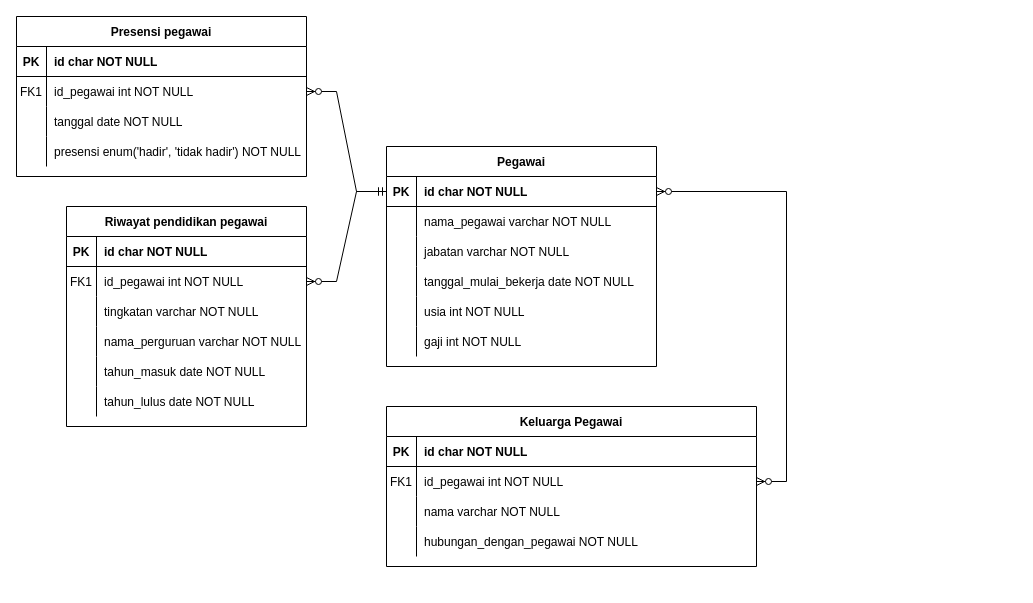
amar-ti2021/tugas_basis_data keeps this draw.io diagram as quiz1_erd.drawio. Above is the earlier version. Source tidied: cells renumbered, new cells numbered last; positions are measured from the earlier drawing's top-left corner, leaving out a move shared by most shapes. Both pictures are drawn from the tidied source at 100%, with x=0, y=0 at pixel (16, 16).
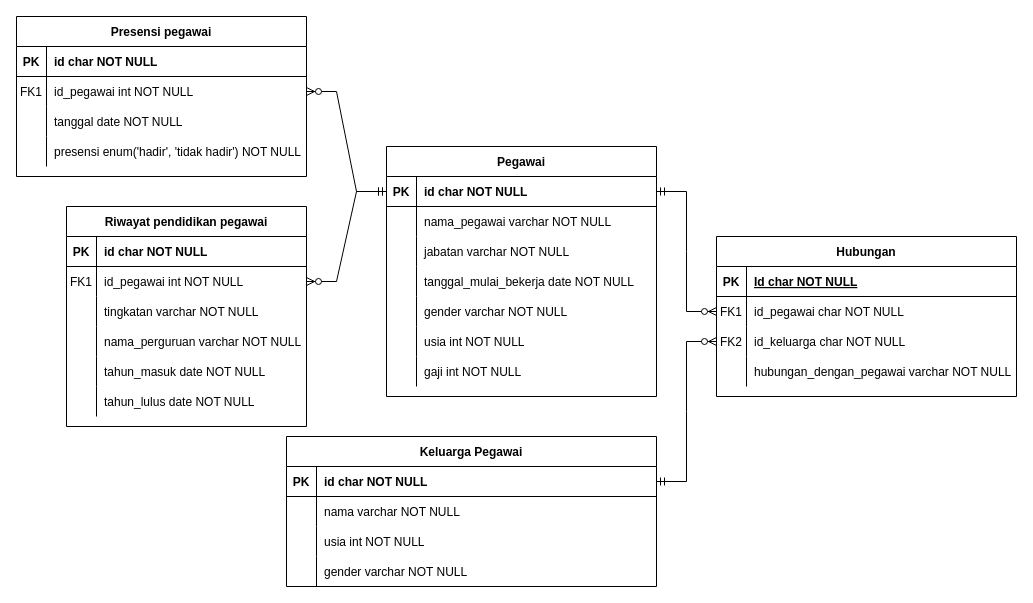
After the change.

The change refers to these unchanged cells:
```xml
<mxCell id="3" style="shape=partialRectangle;fillColor=none;points=[[0,0.5],[1,0.5]];portConstraint=eastwest;top=0;left=0;right=0;bottom=1;" parent="2" vertex="1">
  <mxGeometry y="30" width="270" height="30" as="geometry" />
</mxCell>
<mxCell id="35" style="shape=partialRectangle;fillColor=none;points=[[0,0.5],[1,0.5]];portConstraint=eastwest;top=0;left=0;right=0;bottom=1;" parent="34" vertex="1">
  <mxGeometry y="30" width="370" height="30" as="geometry" />
</mxCell>
<mxCell id="44" style="shape=partialRectangle;fillColor=none;top=0;left=0;right=0;bottom=0;" parent="34" vertex="1">
  <mxGeometry y="120" width="370" height="30" as="geometry" />
</mxCell>
```

Change to the diagram source:
```diff
@@
     <mxCell id="2" value="Pegawai" style="shape=table;startSize=30;childLayout=tableLayout;rowLines=0;fontStyle=1;align=center;" parent="1" vertex="1">
-      <mxGeometry x="370" y="130" width="270" height="220" as="geometry" />
+      <mxGeometry x="370" y="130" width="270" height="250" as="geometry" />
     </mxCell>
@@
+    <mxCell id="69" style="shape=partialRectangle;fillColor=none;top=0;left=0;right=0;bottom=0;" parent="2" vertex="1">
+      <mxGeometry y="150" width="270" height="30" as="geometry" />
+    </mxCell>
+    <mxCell id="70" style="shape=partialRectangle;overflow=hidden;fillColor=none;top=0;left=0;bottom=0;right=0;" parent="69" vertex="1">
+      <mxGeometry width="30" height="30" as="geometry" />
+    </mxCell>
+    <mxCell id="71" value="gender varchar NOT NULL" style="shape=partialRectangle;overflow=hidden;fillColor=none;top=0;left=0;bottom=0;right=0;align=left;spacingLeft=6;" parent="69" vertex="1">
+      <mxGeometry x="30" width="240" height="30" as="geometry" />
+    </mxCell>
     <mxCell id="15" style="shape=partialRectangle;fillColor=none;top=0;left=0;right=0;bottom=0;" parent="2" vertex="1">
-      <mxGeometry y="150" width="270" height="30" as="geometry" />
+      <mxGeometry y="180" width="270" height="30" as="geometry" />
     </mxCell>
@@
     <mxCell id="18" style="shape=partialRectangle;fillColor=none;top=0;left=0;right=0;bottom=0;" parent="2" vertex="1">
-      <mxGeometry y="180" width="270" height="30" as="geometry" />
+      <mxGeometry y="210" width="270" height="30" as="geometry" />
     </mxCell>
@@
     <mxCell id="34" value="Keluarga Pegawai" style="shape=table;startSize=30;childLayout=tableLayout;rowLines=0;fontStyle=1;align=center;" parent="1" vertex="1">
-      <mxGeometry x="370" y="390" width="370" height="160" as="geometry" />
+      <mxGeometry x="270" y="420" width="370" height="150" as="geometry" />
     </mxCell>
@@
-    <mxCell id="38" style="shape=partialRectangle;fillColor=none;points=[[0,0.5],[1,0.5]];portConstraint=eastwest;top=0;left=0;right=0;bottom=0;" parent="34" vertex="1">
-      <mxGeometry y="60" width="370" height="30" as="geometry" />
-    </mxCell>
-    <mxCell id="39" value="FK1" style="shape=partialRectangle;overflow=hidden;fillColor=none;top=0;left=0;bottom=0;right=0;" parent="38" vertex="1">
-      <mxGeometry width="30" height="30" as="geometry" />
-    </mxCell>
-    <mxCell id="40" value="id_pegawai int NOT NULL" style="shape=partialRectangle;overflow=hidden;fillColor=none;top=0;left=0;bottom=0;right=0;align=left;spacingLeft=6;" parent="38" vertex="1">
-      <mxGeometry x="30" width="340" height="30" as="geometry" />
-    </mxCell>
     <mxCell id="41" style="shape=partialRectangle;fillColor=none;top=0;left=0;right=0;bottom=0;" parent="34" vertex="1">
-      <mxGeometry y="90" width="370" height="30" as="geometry" />
+      <mxGeometry y="60" width="370" height="30" as="geometry" />
     </mxCell>
@@
+    <mxCell id="72" style="shape=partialRectangle;fillColor=none;top=0;left=0;right=0;bottom=0;" parent="34" vertex="1">
+      <mxGeometry y="90" width="370" height="30" as="geometry" />
+    </mxCell>
+    <mxCell id="73" style="shape=partialRectangle;overflow=hidden;fillColor=none;top=0;left=0;bottom=0;right=0;" parent="72" vertex="1">
+      <mxGeometry width="30" height="30" as="geometry" />
+    </mxCell>
+    <mxCell id="74" value="usia int NOT NULL" style="shape=partialRectangle;overflow=hidden;fillColor=none;top=0;left=0;bottom=0;right=0;align=left;spacingLeft=6;" parent="72" vertex="1">
+      <mxGeometry x="30" width="340" height="30" as="geometry" />
+    </mxCell>
@@
-    <mxCell id="45" style="shape=partialRectangle;overflow=hidden;fillColor=none;top=0;left=0;bottom=0;right=0;" parent="44" vertex="1">
-      <mxGeometry width="30" height="30" as="geometry" />
-    </mxCell>
-    <mxCell id="46" value="hubungan_dengan_pegawai NOT NULL" style="shape=partialRectangle;overflow=hidden;fillColor=none;top=0;left=0;bottom=0;right=0;align=left;spacingLeft=6;" parent="44" vertex="1">
-      <mxGeometry x="30" width="340" height="30" as="geometry" />
-    </mxCell>
-    <mxCell id="47" style="edgeStyle=entityRelationEdgeStyle;fontSize=12;html=1;endArrow=ERzeroToMany;endFill=1;startArrow=ERzeroToMany;rounded=0;entryX=1;entryY=0.5;entryDx=0;entryDy=0;" parent="1" edge="1" source="38" target="3">
-      <mxGeometry relative="1" as="geometry" />
-    </mxCell>
+    <mxCell id="75" style="shape=partialRectangle;overflow=hidden;fillColor=none;top=0;left=0;bottom=0;right=0;" parent="44" vertex="1">
+      <mxGeometry width="30" height="30" as="geometry" />
+    </mxCell>
+    <mxCell id="76" value="gender varchar NOT NULL" style="shape=partialRectangle;overflow=hidden;fillColor=none;top=0;left=0;bottom=0;right=0;align=left;spacingLeft=6;" parent="44" vertex="1">
+      <mxGeometry x="30" width="340" height="30" as="geometry" />
+    </mxCell>
@@
+    <mxCell id="77" value="Hubungan" style="shape=table;startSize=30;childLayout=tableLayout;rowLines=0;fontStyle=1;align=center;" parent="1" vertex="1">
+      <mxGeometry x="700" y="220" width="300" height="160" as="geometry" />
+    </mxCell>
+    <mxCell id="78" style="shape=tableRow;horizontal=0;startSize=0;swimlaneHead=0;swimlaneBody=0;fillColor=none;top=0;left=0;right=0;bottom=1;" parent="77" vertex="1">
+      <mxGeometry y="30" width="300" height="30" as="geometry" />
+    </mxCell>
+    <mxCell id="79" value="PK" style="shape=partialRectangle;fillColor=none;top=0;left=0;bottom=0;right=0;fontStyle=1;overflow=hidden;" parent="78" vertex="1">
+      <mxGeometry width="30" height="30" as="geometry" />
+    </mxCell>
+    <mxCell id="80" value="Id char NOT NULL" style="shape=partialRectangle;fillColor=none;top=0;left=0;bottom=0;right=0;align=left;spacingLeft=6;fontStyle=5;overflow=hidden;" parent="78" vertex="1">
+      <mxGeometry x="30" width="270" height="30" as="geometry" />
+    </mxCell>
+    <mxCell id="81" style="shape=tableRow;horizontal=0;startSize=0;swimlaneHead=0;swimlaneBody=0;fillColor=none;points=[[0,0.5],[1,0.5]];portConstraint=eastwest;top=0;left=0;right=0;bottom=0;" parent="77" vertex="1">
+      <mxGeometry y="60" width="300" height="30" as="geometry" />
+    </mxCell>
+    <mxCell id="39" value="FK1" style="shape=partialRectangle;fillColor=none;top=0;left=0;bottom=0;right=0;overflow=hidden;" parent="81" vertex="1">
+      <mxGeometry width="30" height="30" as="geometry" />
+    </mxCell>
+    <mxCell id="82" value="id_pegawai char NOT NULL" style="shape=partialRectangle;fillColor=none;top=0;left=0;bottom=0;right=0;align=left;spacingLeft=6;overflow=hidden;" parent="81" vertex="1">
+      <mxGeometry x="30" width="270" height="30" as="geometry" />
+    </mxCell>
+    <mxCell id="83" style="shape=tableRow;horizontal=0;startSize=0;swimlaneHead=0;swimlaneBody=0;fillColor=none;points=[[0,0.5],[1,0.5]];portConstraint=eastwest;top=0;left=0;right=0;bottom=0;" parent="77" vertex="1">
+      <mxGeometry y="90" width="300" height="30" as="geometry" />
+    </mxCell>
+    <mxCell id="84" value="FK2" style="shape=partialRectangle;fillColor=none;top=0;left=0;bottom=0;right=0;overflow=hidden;" parent="83" vertex="1">
+      <mxGeometry width="30" height="30" as="geometry" />
+    </mxCell>
+    <mxCell id="85" value="id_keluarga char NOT NULL" style="shape=partialRectangle;fillColor=none;top=0;left=0;bottom=0;right=0;align=left;spacingLeft=6;overflow=hidden;" parent="83" vertex="1">
+      <mxGeometry x="30" width="270" height="30" as="geometry" />
+    </mxCell>
+    <mxCell id="86" style="shape=tableRow;horizontal=0;startSize=0;swimlaneHead=0;swimlaneBody=0;fillColor=none;top=0;left=0;right=0;bottom=0;" parent="77" vertex="1">
+      <mxGeometry y="120" width="300" height="30" as="geometry" />
+    </mxCell>
+    <mxCell id="87" style="shape=partialRectangle;fillColor=none;top=0;left=0;bottom=0;right=0;overflow=hidden;" parent="86" vertex="1">
+      <mxGeometry width="30" height="30" as="geometry" />
+    </mxCell>
+    <mxCell id="88" value="hubungan_dengan_pegawai varchar NOT NULL" style="shape=partialRectangle;fillColor=none;top=0;left=0;bottom=0;right=0;align=left;spacingLeft=6;overflow=hidden;" parent="86" vertex="1">
+      <mxGeometry x="30" width="270" height="30" as="geometry" />
+    </mxCell>
+    <mxCell id="89" style="edgeStyle=entityRelationEdgeStyle;fontSize=12;html=1;endArrow=ERzeroToMany;startArrow=ERmandOne;rounded=0;exitX=1;exitY=0.5;exitDx=0;exitDy=0;entryX=0;entryY=0.5;entryDx=0;entryDy=0;" parent="1" edge="1" source="3" target="81">
+      <mxGeometry relative="1" as="geometry" />
+    </mxCell>
+    <mxCell id="90" style="edgeStyle=entityRelationEdgeStyle;fontSize=12;html=1;endArrow=ERzeroToMany;startArrow=ERmandOne;rounded=0;exitX=1;exitY=0.5;exitDx=0;exitDy=0;entryX=0;entryY=0.5;entryDx=0;entryDy=0;" parent="1" edge="1" source="35" target="83">
+      <mxGeometry relative="1" as="geometry" />
+    </mxCell>
```
